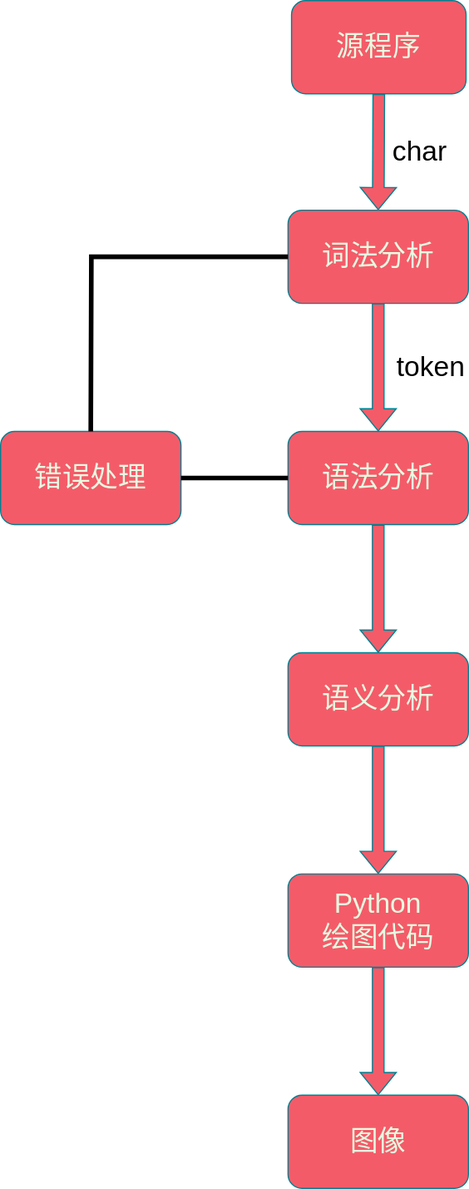
Inblaze/SimpleInterpreter keeps this draw.io diagram as pic/SoftwareStructure.svg. Above is the earlier version. Source tidied: cells renumbered, new cells last; positions are measured from the earlier drawing's top-left corner, leaving out a move shared by most shapes.
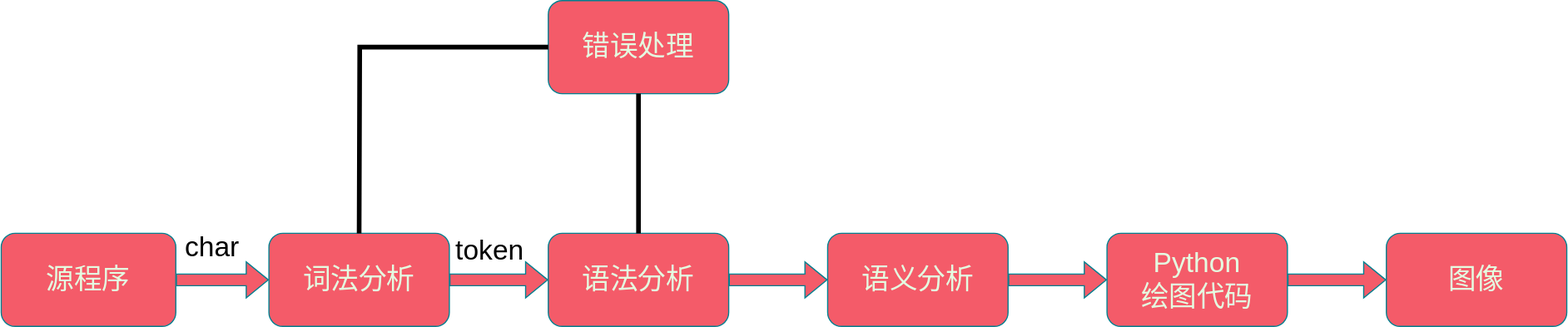
Later version of the same file.

The edit, as a diff of the source:
```diff
@@ -1,59 +1,59 @@
-<mxGraphModel background="#FFFFFF">
+<mxGraphModel>
   <root>
     <mxCell id="0" />
     <mxCell id="1" parent="0" />
     <mxCell id="2" value="&lt;font style=&quot;font-size: 24px;&quot;&gt;源程序&lt;/font&gt;" style="rounded=1;whiteSpace=wrap;html=1;fillColor=#F45B69;strokeColor=#028090;fontColor=#E4FDE1;" parent="1" vertex="1">
-      <mxGeometry x="250" width="150" height="80" as="geometry" />
+      <mxGeometry x="-70" y="163" width="150" height="80" as="geometry" />
     </mxCell>
+    <mxCell id="6" style="shape=flexArrow;endArrow=classic;html=1;rounded=0;strokeColor=#028090;fontSize=24;fontColor=#E4FDE1;fillColor=#F45B69;exitX=1;exitY=0.5;exitDx=0;exitDy=0;entryX=0;entryY=0.5;entryDx=0;entryDy=0;" parent="1" edge="1" source="2" target="3">
+      <mxGeometry relative="1" as="geometry" />
+    </mxCell>
+    <mxCell id="7" value="char" style="edgeLabel;html=1;align=center;verticalAlign=middle;fontSize=24;fontColor=#000000;labelBackgroundColor=none;" parent="6" vertex="1">
+      <mxGeometry x="-0.39" y="-3" relative="1" as="geometry">
+        <mxPoint x="6" y="-32" as="offset" />
+      </mxGeometry>
+    </mxCell>
     <mxCell id="3" value="&lt;font style=&quot;font-size: 24px;&quot;&gt;词法分析&lt;br&gt;&lt;/font&gt;" style="rounded=1;whiteSpace=wrap;html=1;strokeColor=#028090;fontColor=#E4FDE1;fillColor=#F45B69;" parent="1" vertex="1">
-      <mxGeometry x="247" y="180" width="155" height="80" as="geometry" />
+      <mxGeometry x="160" y="163" width="155" height="80" as="geometry" />
     </mxCell>
     <mxCell id="4" value="&lt;font style=&quot;font-size: 24px;&quot;&gt;语法分析&lt;br&gt;&lt;/font&gt;" style="rounded=1;whiteSpace=wrap;html=1;strokeColor=#028090;fontColor=#E4FDE1;fillColor=#F45B69;" parent="1" vertex="1">
-      <mxGeometry x="247" y="370" width="155" height="80" as="geometry" />
+      <mxGeometry x="400" y="163" width="155" height="80" as="geometry" />
     </mxCell>
-    <mxCell id="5" value="&lt;font style=&quot;font-size: 24px;&quot;&gt;语义分析&lt;/font&gt;" style="rounded=1;whiteSpace=wrap;html=1;strokeColor=#028090;fontColor=#E4FDE1;fillColor=#F45B69;" parent="1" vertex="1">
-      <mxGeometry x="247" y="560" width="155" height="80" as="geometry" />
-    </mxCell>
-    <mxCell id="6" style="shape=flexArrow;endArrow=classic;html=1;rounded=0;strokeColor=#028090;fontSize=24;fontColor=#E4FDE1;fillColor=#F45B69;exitX=0.5;exitY=1;exitDx=0;exitDy=0;entryX=0.5;entryY=0;entryDx=0;entryDy=0;" parent="1" edge="1" source="2" target="3">
-      <mxGeometry relative="1" as="geometry" />
-    </mxCell>
-    <mxCell id="7" value="char" style="edgeLabel;html=1;align=center;verticalAlign=middle;fontSize=24;fontColor=#000000;labelBackgroundColor=none;" parent="6" vertex="1">
-      <mxGeometry x="-0.39" y="-3" relative="1" as="geometry">
-        <mxPoint x="38" y="20" as="offset" />
-      </mxGeometry>
-    </mxCell>
-    <mxCell id="8" style="shape=flexArrow;endArrow=classic;html=1;rounded=0;strokeColor=#028090;fontSize=24;fontColor=#00FFFF;fillColor=#F45B69;exitX=0.5;exitY=1;exitDx=0;exitDy=0;entryX=0.5;entryY=0;entryDx=0;entryDy=0;" parent="1" edge="1" source="3" target="4">
+    <mxCell id="8" style="shape=flexArrow;endArrow=classic;html=1;rounded=0;strokeColor=#028090;fontSize=24;fontColor=#00FFFF;fillColor=#F45B69;exitX=1;exitY=0.5;exitDx=0;exitDy=0;entryX=0;entryY=0.5;entryDx=0;entryDy=0;" parent="1" edge="1" source="3" target="4">
       <mxGeometry relative="1" as="geometry" />
     </mxCell>
     <mxCell id="9" value="token" style="text;html=1;strokeColor=none;fillColor=none;align=center;verticalAlign=middle;whiteSpace=wrap;rounded=0;labelBackgroundColor=none;fontSize=24;fontColor=#000000;" parent="1" vertex="1">
-      <mxGeometry x="340" y="300" width="60" height="30" as="geometry" />
+      <mxGeometry x="320" y="163" width="60" height="30" as="geometry" />
     </mxCell>
+    <mxCell id="5" value="&lt;font style=&quot;font-size: 24px;&quot;&gt;语义分析&lt;/font&gt;" style="rounded=1;whiteSpace=wrap;html=1;strokeColor=#028090;fontColor=#E4FDE1;fillColor=#F45B69;" parent="1" vertex="1">
+      <mxGeometry x="640" y="163" width="155" height="80" as="geometry" />
+    </mxCell>
+    <mxCell id="12" style="shape=flexArrow;endArrow=classic;html=1;rounded=0;strokeColor=#028090;fontSize=24;fontColor=#00FFFF;fillColor=#F45B69;exitX=1;exitY=0.5;exitDx=0;exitDy=0;entryX=0;entryY=0.5;entryDx=0;entryDy=0;" parent="1" edge="1" source="4" target="5">
+      <mxGeometry relative="1" as="geometry" />
+    </mxCell>
     <mxCell id="10" value="&lt;font style=&quot;font-size: 24px;&quot;&gt;Python&lt;br&gt;绘图代码&lt;/font&gt;" style="rounded=1;whiteSpace=wrap;html=1;strokeColor=#028090;fontColor=#E4FDE1;fillColor=#F45B69;" parent="1" vertex="1">
-      <mxGeometry x="247" y="750" width="155" height="80" as="geometry" />
+      <mxGeometry x="880" y="163" width="155" height="80" as="geometry" />
     </mxCell>
+    <mxCell id="13" style="shape=flexArrow;endArrow=classic;html=1;rounded=0;strokeColor=#028090;fontSize=24;fontColor=#00FFFF;fillColor=#F45B69;exitX=1;exitY=0.5;exitDx=0;exitDy=0;entryX=0;entryY=0.5;entryDx=0;entryDy=0;" parent="1" edge="1" source="5" target="10">
+      <mxGeometry relative="1" as="geometry" />
+    </mxCell>
     <mxCell id="11" value="&lt;span style=&quot;font-size: 24px;&quot;&gt;图像&lt;/span&gt;" style="rounded=1;whiteSpace=wrap;html=1;strokeColor=#028090;fontColor=#E4FDE1;fillColor=#F45B69;" parent="1" vertex="1">
-      <mxGeometry x="247" y="940" width="155" height="80" as="geometry" />
+      <mxGeometry x="1120" y="163" width="155" height="80" as="geometry" />
     </mxCell>
-    <mxCell id="12" style="shape=flexArrow;endArrow=classic;html=1;rounded=0;strokeColor=#028090;fontSize=24;fontColor=#00FFFF;fillColor=#F45B69;exitX=0.5;exitY=1;exitDx=0;exitDy=0;entryX=0.5;entryY=0;entryDx=0;entryDy=0;" parent="1" edge="1" source="4" target="5">
-      <mxGeometry relative="1" as="geometry" />
-    </mxCell>
-    <mxCell id="13" style="shape=flexArrow;endArrow=classic;html=1;rounded=0;strokeColor=#028090;fontSize=24;fontColor=#00FFFF;fillColor=#F45B69;exitX=0.5;exitY=1;exitDx=0;exitDy=0;entryX=0.5;entryY=0;entryDx=0;entryDy=0;" parent="1" edge="1" source="5" target="10">
-      <mxGeometry relative="1" as="geometry" />
-    </mxCell>
-    <mxCell id="14" style="shape=flexArrow;endArrow=classic;html=1;rounded=0;strokeColor=#028090;fontSize=24;fontColor=#00FFFF;fillColor=#F45B69;exitX=0.5;exitY=1;exitDx=0;exitDy=0;entryX=0.5;entryY=0;entryDx=0;entryDy=0;" parent="1" edge="1" source="10" target="11">
+    <mxCell id="14" style="shape=flexArrow;endArrow=classic;html=1;rounded=0;strokeColor=#028090;fontSize=24;fontColor=#00FFFF;fillColor=#F45B69;exitX=1;exitY=0.5;exitDx=0;exitDy=0;entryX=0;entryY=0.5;entryDx=0;entryDy=0;" parent="1" edge="1" source="10" target="11">
       <mxGeometry relative="1" as="geometry" />
     </mxCell>
     <mxCell id="15" value="&lt;font style=&quot;font-size: 24px;&quot;&gt;错误处理&lt;/font&gt;" style="rounded=1;whiteSpace=wrap;html=1;strokeColor=#028090;fontColor=#E4FDE1;fillColor=#F45B69;" parent="1" vertex="1">
-      <mxGeometry y="370" width="155" height="80" as="geometry" />
+      <mxGeometry x="400" y="-37" width="155" height="80" as="geometry" />
     </mxCell>
-    <mxCell id="16" style="endArrow=none;html=1;rounded=0;strokeColor=#000000;fontSize=24;fontColor=#00FFFF;fillColor=#ffcccc;exitX=0.5;exitY=0;exitDx=0;exitDy=0;entryX=0;entryY=0.5;entryDx=0;entryDy=0;strokeWidth=4;" parent="1" edge="1" source="15" target="3">
-      <mxGeometry relative="1" as="geometry">
-        <Array as="points">
-          <mxPoint x="78" y="220" />
-        </Array>
-      </mxGeometry>
-    </mxCell>
+    <mxCell id="18" style="endArrow=none;html=1;rounded=0;strokeColor=#000000;fontSize=24;fontColor=#00FFFF;fillColor=#ffcccc;exitX=0.5;exitY=0;exitDx=0;exitDy=0;entryX=0;entryY=0.5;entryDx=0;entryDy=0;strokeWidth=4;" parent="1" edge="1" source="3" target="15">
+      <mxGeometry relative="1" as="geometry">
+        <Array as="points">
+          <mxPoint x="238" y="3" />
+        </Array>
+      </mxGeometry>
+    </mxCell>
-    <mxCell id="17" style="endArrow=none;html=1;rounded=0;strokeColor=#000000;strokeWidth=4;fontSize=24;fontColor=#00FFFF;fillColor=#F45B69;entryX=0;entryY=0.5;entryDx=0;entryDy=0;exitX=1;exitY=0.5;exitDx=0;exitDy=0;" parent="1" edge="1" source="15" target="4">
+    <mxCell id="17" style="endArrow=none;html=1;rounded=0;strokeColor=#000000;strokeWidth=4;fontSize=24;fontColor=#00FFFF;fillColor=#F45B69;entryX=0.5;entryY=0;entryDx=0;entryDy=0;exitX=0.5;exitY=1;exitDx=0;exitDy=0;" parent="1" edge="1" source="15" target="4">
       <mxGeometry relative="1" as="geometry" />
     </mxCell>
   </root>
```
